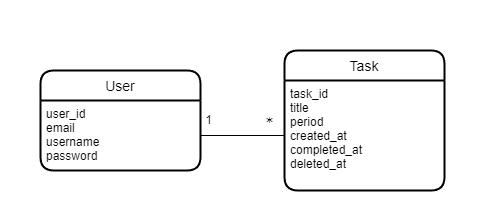
This is docs/DB設計/ER図.drawio.png from about-yy/ts-todo-app, a draw.io export, as it was before one commit. Source tidied: cells renumbered, new cells last; positions are measured from the earlier drawing's top-left corner, leaving out a move shared by most shapes.
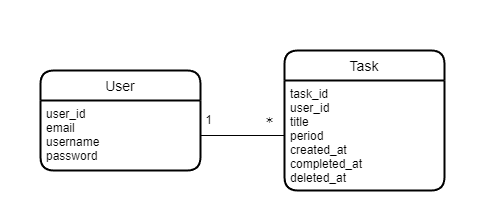
The same file after the commit.

Diff of the diagram source:
```diff
@@ -14,7 +14,7 @@
     <mxCell id="5" value="Task" style="swimlane;horizontal=1;startSize=30;rounded=1;fontSize=14;fontStyle=0;strokeWidth=2;shadow=0;dashed=0;align=center;" parent="1" vertex="1">
       <mxGeometry x="284" y="50" width="160" height="140" as="geometry" />
     </mxCell>
-    <mxCell id="6" value="task_id&#10;title&#10;period&#10;created_at&#10;completed_at&#10;deleted_at" style="align=left;strokeColor=none;fillColor=none;spacingLeft=4;fontSize=12;verticalAlign=top;" parent="5" vertex="1">
+    <mxCell id="6" value="task_id&#10;user_id&#10;title&#10;period&#10;created_at&#10;completed_at&#10;deleted_at" style="align=left;strokeColor=none;fillColor=none;spacingLeft=4;fontSize=12;verticalAlign=top;" parent="5" vertex="1">
       <mxGeometry y="30" width="160" height="110" as="geometry" />
     </mxCell>
     <mxCell id="7" style="edgeStyle=orthogonalEdgeStyle;rounded=0;jettySize=auto;html=1;exitX=1;exitY=0.5;exitDx=0;exitDy=0;entryX=0;entryY=0.5;entryDx=0;entryDy=0;endArrow=none;endFill=0;" parent="1" edge="1" source="4" target="6">
```
